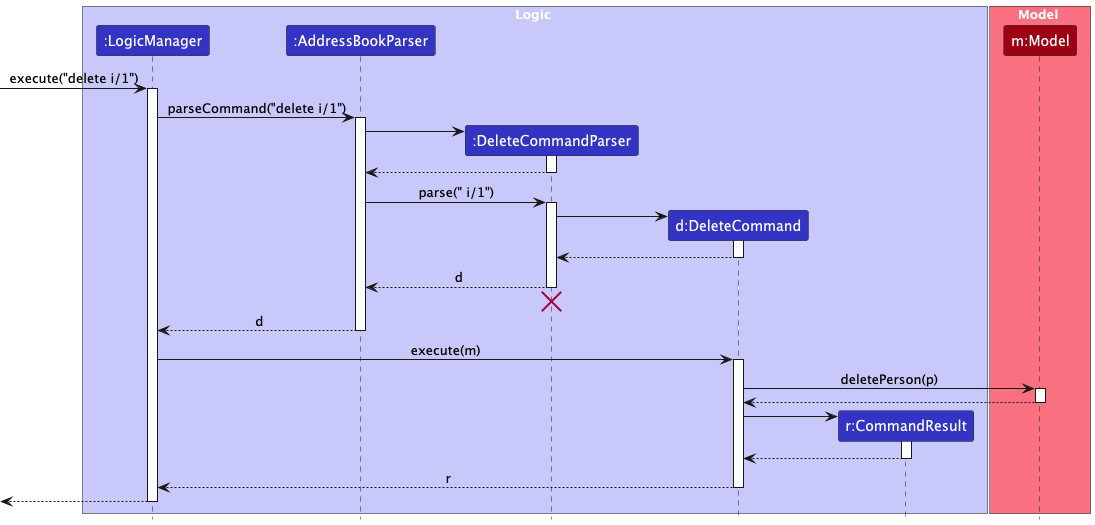
The PlantUML diagram docs/images/DeleteSequenceDiagram.png in SeePui/tp, before a commit. The source it was exported from:
```plantuml
@startuml
!include style.puml
skinparam ArrowFontStyle plain

box Logic LOGIC_COLOR_T1
participant ":LogicManager" as LogicManager LOGIC_COLOR
participant ":AddressBookParser" as AddressBookParser LOGIC_COLOR
participant ":DeleteCommandParser" as DeleteCommandParser LOGIC_COLOR
participant "d:DeleteCommand" as DeleteCommand LOGIC_COLOR
participant "r:CommandResult" as CommandResult LOGIC_COLOR
end box

box Model MODEL_COLOR_T1
participant "m:Model" as Model MODEL_COLOR
end box

[-> LogicManager : execute("delete i/1")
activate LogicManager

LogicManager -> AddressBookParser : parseCommand("delete i/1")
activate AddressBookParser

create DeleteCommandParser
AddressBookParser -> DeleteCommandParser
activate DeleteCommandParser

DeleteCommandParser --> AddressBookParser
deactivate DeleteCommandParser

AddressBookParser -> DeleteCommandParser : parse(" i/1")
activate DeleteCommandParser

create DeleteCommand
DeleteCommandParser -> DeleteCommand
activate DeleteCommand

DeleteCommand --> DeleteCommandParser :
deactivate DeleteCommand

DeleteCommandParser --> AddressBookParser : d
deactivate DeleteCommandParser
DeleteCommandParser -[hidden]-> AddressBookParser
destroy DeleteCommandParser

AddressBookParser --> LogicManager : d
deactivate AddressBookParser

LogicManager -> DeleteCommand : execute(m)
activate DeleteCommand

DeleteCommand -> Model : deletePerson(p)
activate Model

Model --> DeleteCommand
deactivate Model

create CommandResult
DeleteCommand -> CommandResult
activate CommandResult

CommandResult --> DeleteCommand
deactivate CommandResult

DeleteCommand --> LogicManager : r
deactivate DeleteCommand

[<--LogicManager
deactivate LogicManager
@enduml
```
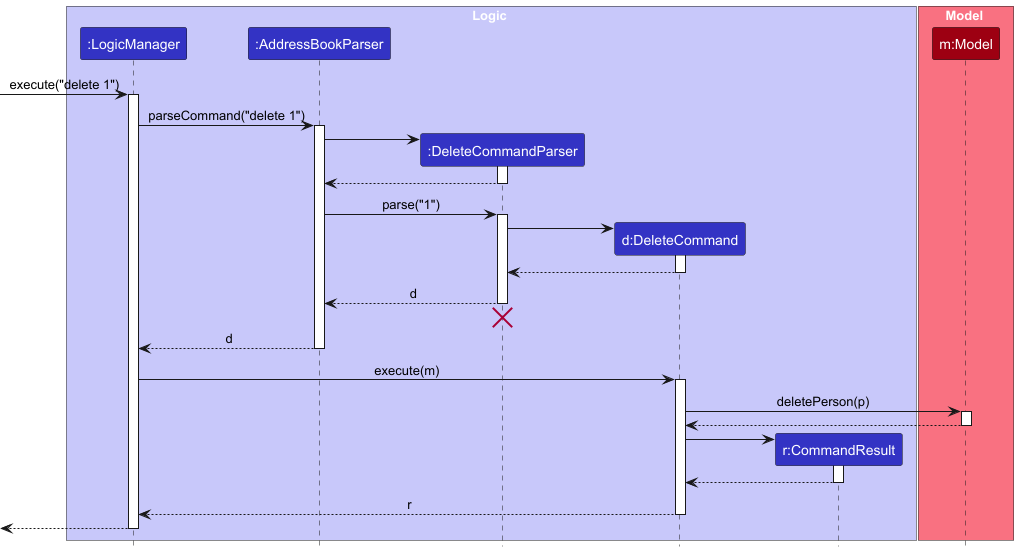
After the change.

The edit, as a diff of the source:
```diff
@@ -14,10 +14,10 @@
 participant "m:Model" as Model MODEL_COLOR
 end box
 
-[-> LogicManager : execute("delete i/1")
+[-> LogicManager : execute("delete 1")
 activate LogicManager
 
-LogicManager -> AddressBookParser : parseCommand("delete i/1")
+LogicManager -> AddressBookParser : parseCommand("delete 1")
 activate AddressBookParser
 
 create DeleteCommandParser
@@ -27,7 +27,7 @@
 DeleteCommandParser --> AddressBookParser
 deactivate DeleteCommandParser
 
-AddressBookParser -> DeleteCommandParser : parse(" i/1")
+AddressBookParser -> DeleteCommandParser : parse("1")
 activate DeleteCommandParser
 
 create DeleteCommand
```
